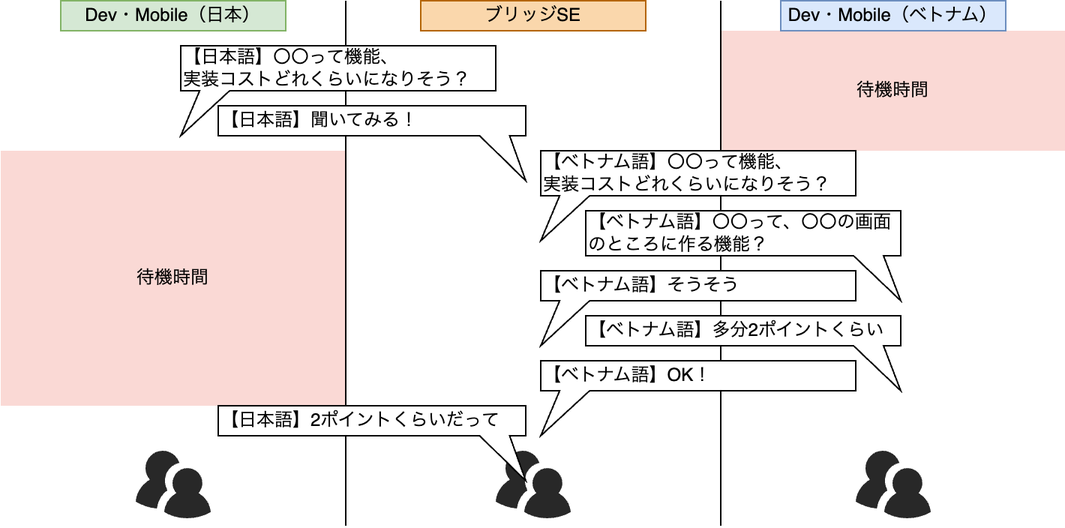
This is images/continuous-delivery-by-multinational-team/translation-flow-efficiency.png from shotaIDE/zenn, a draw.io export, as it was before one commit. Source tidied: cells renumbered, new cells last; positions are measured from the earlier drawing's top-left corner, leaving out a move shared by most shapes.
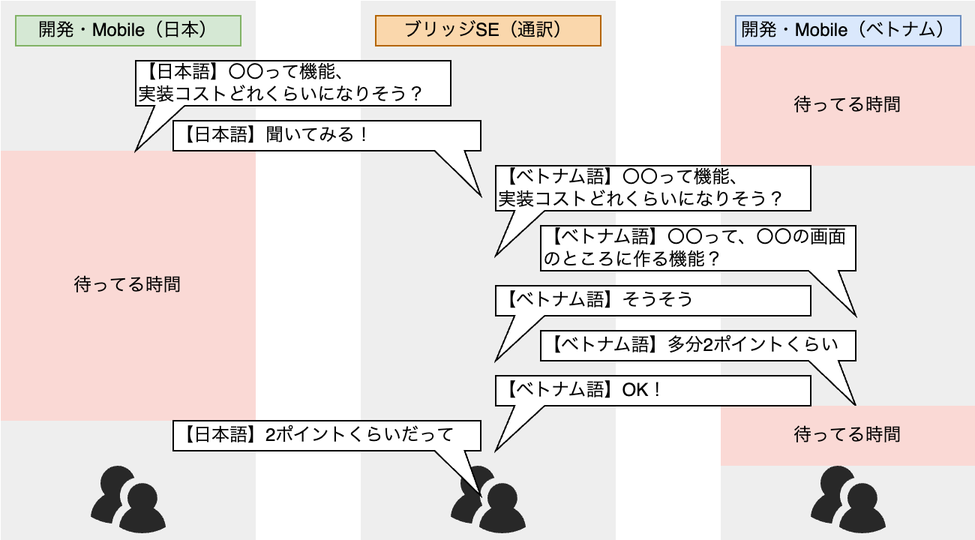
Above is the later version.

What changed in the source:
```diff
@@ -2,28 +2,25 @@
   <root>
     <mxCell id="0" />
     <mxCell id="1" parent="0" />
+    <mxCell id="22" style="rounded=0;whiteSpace=wrap;html=1;strokeColor=none;fillColor=#eeeeee;" parent="1" vertex="1">
+      <mxGeometry x="510" y="-10" width="170" height="360" as="geometry" />
+    </mxCell>
+    <mxCell id="23" style="rounded=0;whiteSpace=wrap;html=1;strokeColor=none;fillColor=#eeeeee;" parent="1" vertex="1">
+      <mxGeometry x="270" y="-10" width="170" height="360" as="geometry" />
+    </mxCell>
+    <mxCell id="24" style="rounded=0;whiteSpace=wrap;html=1;strokeColor=none;fillColor=#eeeeee;" parent="1" vertex="1">
+      <mxGeometry x="30" y="-10" width="170" height="360" as="geometry" />
+    </mxCell>
-    <mxCell id="2" style="rounded=0;whiteSpace=wrap;html=1;strokeColor=none;fillColor=#fad9d5;" parent="1" vertex="1">
-      <mxGeometry y="100" width="230" height="170" as="geometry" />
+    <mxCell id="2" value="待ってる時間" style="rounded=0;whiteSpace=wrap;html=1;strokeColor=none;fillColor=#fad9d5;" parent="1" vertex="1">
+      <mxGeometry x="30" y="90" width="170" height="180" as="geometry" />
     </mxCell>
-    <mxCell id="3" style="rounded=0;whiteSpace=wrap;html=1;strokeColor=none;fillColor=#fad9d5;" parent="1" vertex="1">
-      <mxGeometry x="480" y="20" width="230" height="80" as="geometry" />
+    <mxCell id="3" value="待ってる時間" style="rounded=0;whiteSpace=wrap;html=1;strokeColor=none;fillColor=#fad9d5;" parent="1" vertex="1">
+      <mxGeometry x="510" y="20" width="170" height="80" as="geometry" />
     </mxCell>
-    <mxCell id="4" style="endArrow=none;html=1;rounded=0;" parent="1" edge="1">
-      <mxGeometry relative="1" as="geometry">
-        <mxPoint x="480" y="350" as="sourcePoint" />
-        <mxPoint x="480" as="targetPoint" />
-      </mxGeometry>
-    </mxCell>
-    <mxCell id="5" style="endArrow=none;html=1;rounded=0;" parent="1" edge="1">
-      <mxGeometry relative="1" as="geometry">
-        <mxPoint x="230" y="350" as="sourcePoint" />
-        <mxPoint x="230" as="targetPoint" />
-      </mxGeometry>
-    </mxCell>
-    <mxCell id="6" value="Dev・Mobile（日本）" style="rounded=0;whiteSpace=wrap;html=1;fillColor=#d5e8d4;strokeColor=#82b366;" parent="1" vertex="1">
+    <mxCell id="6" value="開発・Mobile（日本）" style="rounded=0;whiteSpace=wrap;html=1;fillColor=#d5e8d4;strokeColor=#82b366;" parent="1" vertex="1">
       <mxGeometry x="40" width="150" height="20" as="geometry" />
     </mxCell>
-    <mxCell id="7" value="Dev・Mobile（ベトナム）" style="rounded=0;whiteSpace=wrap;html=1;fillColor=#dae8fc;strokeColor=#6c8ebf;" parent="1" vertex="1">
+    <mxCell id="7" value="開発・Mobile（ベトナム）" style="rounded=0;whiteSpace=wrap;html=1;fillColor=#dae8fc;strokeColor=#6c8ebf;" parent="1" vertex="1">
       <mxGeometry x="520" width="150" height="20" as="geometry" />
     </mxCell>
     <mxCell id="8" style="verticalLabelPosition=bottom;sketch=0;html=1;fillColor=#282828;strokeColor=none;verticalAlign=top;align=center;shape=mxgraph.cisco_safe.people_places_things_icons.icon9;" parent="1" vertex="1">
@@ -32,7 +29,7 @@
     <mxCell id="9" style="verticalLabelPosition=bottom;sketch=0;html=1;fillColor=#282828;strokeColor=none;verticalAlign=top;align=center;shape=mxgraph.cisco_safe.people_places_things_icons.icon9;" parent="1" vertex="1">
       <mxGeometry x="330" y="300" width="50" height="45" as="geometry" />
     </mxCell>
-    <mxCell id="10" value="ブリッジSE" style="rounded=0;whiteSpace=wrap;html=1;fillColor=#fad7ac;strokeColor=#b46504;" parent="1" vertex="1">
+    <mxCell id="10" value="ブリッジSE（通訳）" style="rounded=0;whiteSpace=wrap;html=1;fillColor=#fad7ac;strokeColor=#b46504;" parent="1" vertex="1">
       <mxGeometry x="280" width="150" height="20" as="geometry" />
     </mxCell>
     <mxCell id="11" style="verticalLabelPosition=bottom;sketch=0;html=1;fillColor=#282828;strokeColor=none;verticalAlign=top;align=center;shape=mxgraph.cisco_safe.people_places_things_icons.icon9;" parent="1" vertex="1">
@@ -53,20 +50,17 @@
     <mxCell id="16" value="【ベトナム語】〇〇って、〇〇の画面&lt;br&gt;のところに作る機能？" style="shape=callout;whiteSpace=wrap;html=1;perimeter=calloutPerimeter;size=30;position=0.85;position2=1;align=left;" parent="1" vertex="1">
       <mxGeometry x="390" y="140" width="210" height="60" as="geometry" />
     </mxCell>
-    <mxCell id="17" value="待機時間" style="text;html=1;strokeColor=none;fillColor=none;align=center;verticalAlign=middle;whiteSpace=wrap;rounded=0;" parent="1" vertex="1">
-      <mxGeometry x="85" y="170" width="60" height="30" as="geometry" />
-    </mxCell>
     <mxCell id="18" value="【ベトナム語】多分2ポイントくらい" style="shape=callout;whiteSpace=wrap;html=1;perimeter=calloutPerimeter;size=30;position=0.85;position2=1;align=left;" parent="1" vertex="1">
       <mxGeometry x="390" y="210" width="210" height="50" as="geometry" />
     </mxCell>
-    <mxCell id="19" value="待機時間" style="text;html=1;strokeColor=none;fillColor=none;align=center;verticalAlign=middle;whiteSpace=wrap;rounded=0;" parent="1" vertex="1">
-      <mxGeometry x="565" y="45" width="60" height="30" as="geometry" />
-    </mxCell>
+    <mxCell id="21" value="【日本語】2ポイントくらいだって" style="shape=callout;whiteSpace=wrap;html=1;perimeter=calloutPerimeter;size=30;position=0.85;position2=1;align=left;" parent="1" vertex="1">
+      <mxGeometry x="145" y="270" width="205" height="50" as="geometry" />
+    </mxCell>
+    <mxCell id="25" value="待ってる時間" style="rounded=0;whiteSpace=wrap;html=1;strokeColor=none;fillColor=#fad9d5;" parent="1" vertex="1">
+      <mxGeometry x="510" y="260" width="170" height="40" as="geometry" />
+    </mxCell>
     <mxCell id="20" value="【ベトナム語】OK！" style="shape=callout;whiteSpace=wrap;html=1;perimeter=calloutPerimeter;size=30;position=0.06;position2=0;align=left;" parent="1" vertex="1">
       <mxGeometry x="360" y="240" width="210" height="50" as="geometry" />
     </mxCell>
-    <mxCell id="21" value="【日本語】2ポイントくらいだって" style="shape=callout;whiteSpace=wrap;html=1;perimeter=calloutPerimeter;size=30;position=0.85;position2=1;align=left;" parent="1" vertex="1">
-      <mxGeometry x="145" y="270" width="205" height="50" as="geometry" />
-    </mxCell>
   </root>
 </mxGraphModel>
```
